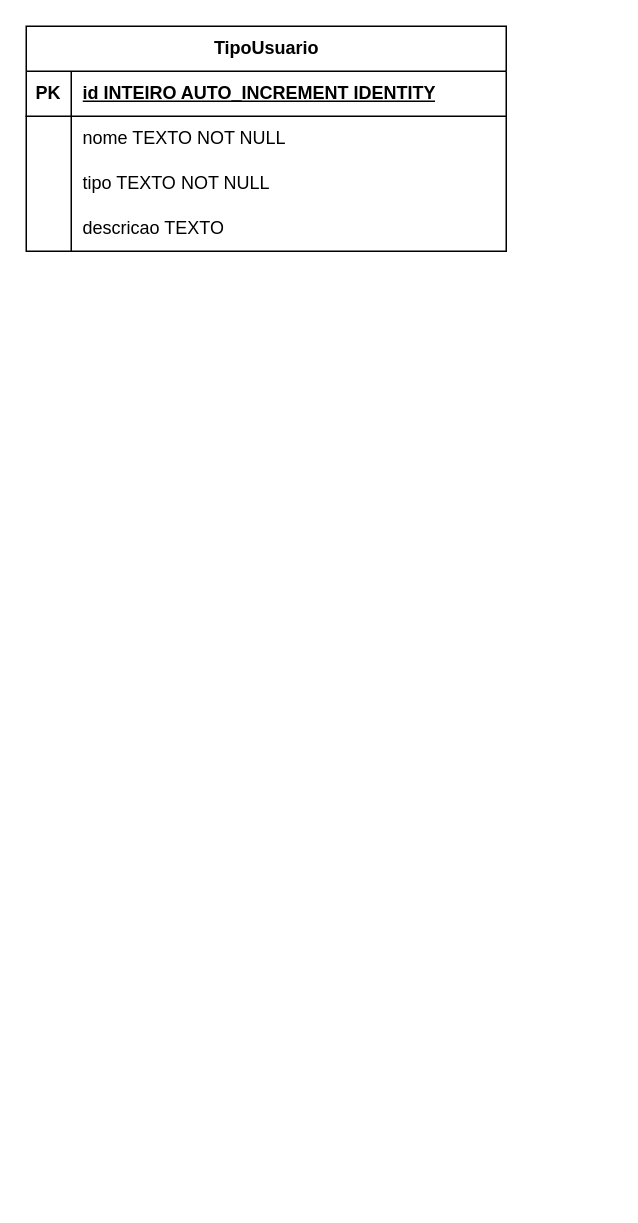
Before: documentacao/ModeloLogicoBD.drawio in Carlos27spec/PATAQUADA, a draw.io diagram. Source tidied: cells renumbered, new cells numbered last; positions are measured from the earlier drawing's top-left corner, leaving out a move shared by most shapes. Both pictures are drawn from the tidied source at 150%, with x=0, y=0 at pixel (26, 26).
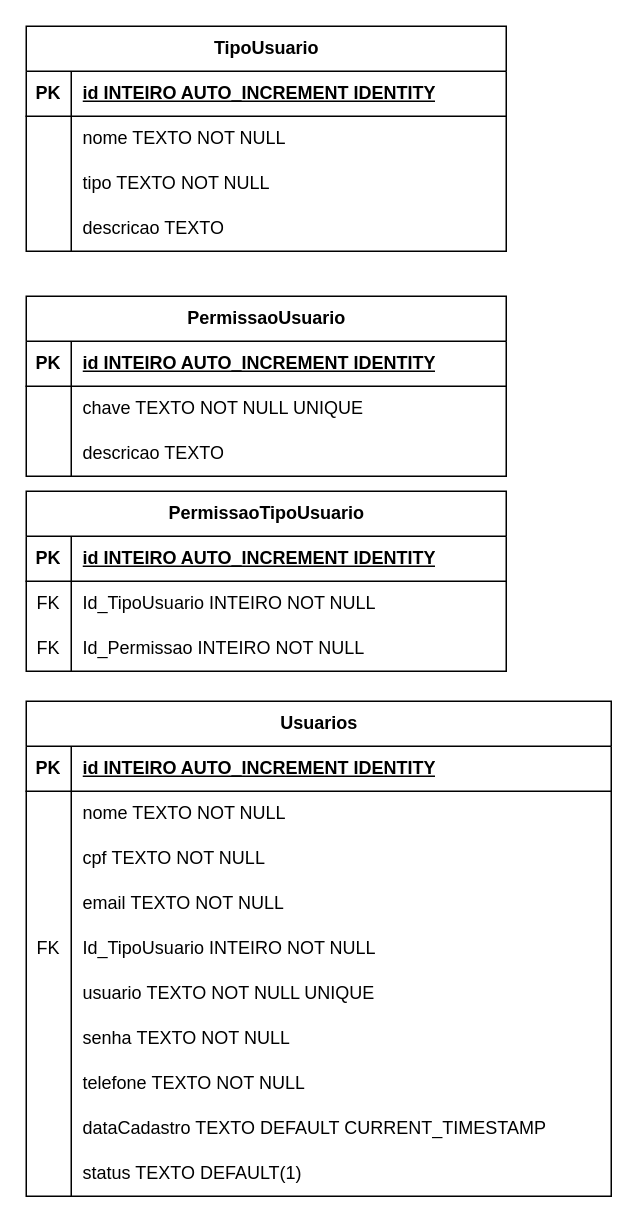
Above is the later version.

Diff of the diagram source:
```diff
@@
+    <mxCell id="15" value="PermissaoUsuario" style="shape=table;startSize=30;childLayout=tableLayout;rowLines=0;fontStyle=1;align=center;html=1;" parent="1" vertex="1">
+      <mxGeometry y="180" width="320" height="120" as="geometry" />
+    </mxCell>
+    <mxCell id="16" style="shape=tableRow;horizontal=0;startSize=0;swimlaneHead=0;swimlaneBody=0;fillColor=none;top=0;left=0;right=0;bottom=1;" parent="15" vertex="1">
+      <mxGeometry y="30" width="320" height="30" as="geometry" />
+    </mxCell>
+    <mxCell id="17" value="PK" style="shape=partialRectangle;fillColor=none;top=0;left=0;bottom=0;right=0;fontStyle=1;overflow=hidden;whiteSpace=wrap;html=1;" parent="16" vertex="1">
+      <mxGeometry width="30" height="30" as="geometry" />
+    </mxCell>
+    <mxCell id="18" value="id INTEIRO AUTO_INCREMENT IDENTITY" style="shape=partialRectangle;fillColor=none;top=0;left=0;bottom=0;right=0;align=left;spacingLeft=6;fontStyle=5;overflow=hidden;whiteSpace=wrap;html=1;" parent="16" vertex="1">
+      <mxGeometry x="30" width="290" height="30" as="geometry" />
+    </mxCell>
+    <mxCell id="19" style="shape=tableRow;horizontal=0;startSize=0;swimlaneHead=0;swimlaneBody=0;fillColor=none;top=0;left=0;right=0;bottom=0;" parent="15" vertex="1">
+      <mxGeometry y="60" width="320" height="30" as="geometry" />
+    </mxCell>
+    <mxCell id="20" style="shape=partialRectangle;fillColor=none;top=0;left=0;bottom=0;right=0;overflow=hidden;whiteSpace=wrap;html=1;" parent="19" vertex="1">
+      <mxGeometry width="30" height="30" as="geometry" />
+    </mxCell>
+    <mxCell id="21" value="chave TEXTO NOT NULL UNIQUE" style="shape=partialRectangle;fillColor=none;top=0;left=0;bottom=0;right=0;align=left;spacingLeft=6;overflow=hidden;whiteSpace=wrap;html=1;" parent="19" vertex="1">
+      <mxGeometry x="30" width="290" height="30" as="geometry" />
+    </mxCell>
+    <mxCell id="22" style="shape=tableRow;horizontal=0;startSize=0;swimlaneHead=0;swimlaneBody=0;fillColor=none;top=0;left=0;right=0;bottom=0;" parent="15" vertex="1">
+      <mxGeometry y="90" width="320" height="30" as="geometry" />
+    </mxCell>
+    <mxCell id="23" style="shape=partialRectangle;fillColor=none;top=0;left=0;bottom=0;right=0;overflow=hidden;whiteSpace=wrap;html=1;" parent="22" vertex="1">
+      <mxGeometry width="30" height="30" as="geometry" />
+    </mxCell>
+    <mxCell id="24" value="descricao TEXTO" style="shape=partialRectangle;fillColor=none;top=0;left=0;bottom=0;right=0;align=left;spacingLeft=6;overflow=hidden;whiteSpace=wrap;html=1;" parent="22" vertex="1">
+      <mxGeometry x="30" width="290" height="30" as="geometry" />
+    </mxCell>
+    <mxCell id="25" value="PermissaoTipoUsuario" style="shape=table;startSize=30;childLayout=tableLayout;rowLines=0;fontStyle=1;align=center;html=1;" parent="1" vertex="1">
+      <mxGeometry y="310" width="320" height="120" as="geometry" />
+    </mxCell>
+    <mxCell id="26" style="shape=tableRow;horizontal=0;startSize=0;swimlaneHead=0;swimlaneBody=0;fillColor=none;top=0;left=0;right=0;bottom=1;" parent="25" vertex="1">
+      <mxGeometry y="30" width="320" height="30" as="geometry" />
+    </mxCell>
+    <mxCell id="27" value="PK" style="shape=partialRectangle;fillColor=none;top=0;left=0;bottom=0;right=0;fontStyle=1;overflow=hidden;whiteSpace=wrap;html=1;" parent="26" vertex="1">
+      <mxGeometry width="30" height="30" as="geometry" />
+    </mxCell>
+    <mxCell id="28" value="id INTEIRO AUTO_INCREMENT IDENTITY" style="shape=partialRectangle;fillColor=none;top=0;left=0;bottom=0;right=0;align=left;spacingLeft=6;fontStyle=5;overflow=hidden;whiteSpace=wrap;html=1;" parent="26" vertex="1">
+      <mxGeometry x="30" width="290" height="30" as="geometry" />
+    </mxCell>
+    <mxCell id="29" style="shape=tableRow;horizontal=0;startSize=0;swimlaneHead=0;swimlaneBody=0;fillColor=none;top=0;left=0;right=0;bottom=0;" parent="25" vertex="1">
+      <mxGeometry y="60" width="320" height="30" as="geometry" />
+    </mxCell>
+    <mxCell id="30" value="FK" style="shape=partialRectangle;fillColor=none;top=0;left=0;bottom=0;right=0;overflow=hidden;whiteSpace=wrap;html=1;" parent="29" vertex="1">
+      <mxGeometry width="30" height="30" as="geometry" />
+    </mxCell>
+    <mxCell id="31" value="Id_TipoUsuario INTEIRO NOT NULL" style="shape=partialRectangle;fillColor=none;top=0;left=0;bottom=0;right=0;align=left;spacingLeft=6;overflow=hidden;whiteSpace=wrap;html=1;" parent="29" vertex="1">
+      <mxGeometry x="30" width="290" height="30" as="geometry" />
+    </mxCell>
+    <mxCell id="32" style="shape=tableRow;horizontal=0;startSize=0;swimlaneHead=0;swimlaneBody=0;fillColor=none;top=0;left=0;right=0;bottom=0;" parent="25" vertex="1">
+      <mxGeometry y="90" width="320" height="30" as="geometry" />
+    </mxCell>
+    <mxCell id="33" value="FK" style="shape=partialRectangle;fillColor=none;top=0;left=0;bottom=0;right=0;overflow=hidden;whiteSpace=wrap;html=1;" parent="32" vertex="1">
+      <mxGeometry width="30" height="30" as="geometry" />
+    </mxCell>
+    <mxCell id="34" value="Id_Permissao INTEIRO NOT NULL" style="shape=partialRectangle;fillColor=none;top=0;left=0;bottom=0;right=0;align=left;spacingLeft=6;overflow=hidden;whiteSpace=wrap;html=1;" parent="32" vertex="1">
+      <mxGeometry x="30" width="290" height="30" as="geometry" />
+    </mxCell>
+    <mxCell id="35" value="Usuarios" style="shape=table;startSize=30;childLayout=tableLayout;rowLines=0;fontStyle=1;align=center;html=1;" parent="1" vertex="1">
+      <mxGeometry y="450" width="390" height="330" as="geometry" />
+    </mxCell>
+    <mxCell id="36" style="shape=tableRow;horizontal=0;startSize=0;swimlaneHead=0;swimlaneBody=0;fillColor=none;top=0;left=0;right=0;bottom=1;" parent="35" vertex="1">
+      <mxGeometry y="30" width="390" height="30" as="geometry" />
+    </mxCell>
+    <mxCell id="37" value="PK" style="shape=partialRectangle;fillColor=none;top=0;left=0;bottom=0;right=0;fontStyle=1;overflow=hidden;whiteSpace=wrap;html=1;" parent="36" vertex="1">
+      <mxGeometry width="30" height="30" as="geometry" />
+    </mxCell>
+    <mxCell id="38" value="id INTEIRO AUTO_INCREMENT IDENTITY" style="shape=partialRectangle;fillColor=none;top=0;left=0;bottom=0;right=0;align=left;spacingLeft=6;fontStyle=5;overflow=hidden;whiteSpace=wrap;html=1;" parent="36" vertex="1">
+      <mxGeometry x="30" width="360" height="30" as="geometry" />
+    </mxCell>
+    <mxCell id="39" style="shape=tableRow;horizontal=0;startSize=0;swimlaneHead=0;swimlaneBody=0;fillColor=none;top=0;left=0;right=0;bottom=0;" parent="35" vertex="1">
+      <mxGeometry y="60" width="390" height="30" as="geometry" />
+    </mxCell>
+    <mxCell id="40" style="shape=partialRectangle;fillColor=none;top=0;left=0;bottom=0;right=0;overflow=hidden;whiteSpace=wrap;html=1;" parent="39" vertex="1">
+      <mxGeometry width="30" height="30" as="geometry" />
+    </mxCell>
+    <mxCell id="41" value="nome TEXTO NOT NULL" style="shape=partialRectangle;fillColor=none;top=0;left=0;bottom=0;right=0;align=left;spacingLeft=6;overflow=hidden;whiteSpace=wrap;html=1;" parent="39" vertex="1">
+      <mxGeometry x="30" width="360" height="30" as="geometry" />
+    </mxCell>
+    <mxCell id="42" style="shape=tableRow;horizontal=0;startSize=0;swimlaneHead=0;swimlaneBody=0;fillColor=none;top=0;left=0;right=0;bottom=0;" parent="35" vertex="1">
+      <mxGeometry y="90" width="390" height="30" as="geometry" />
+    </mxCell>
+    <mxCell id="43" style="shape=partialRectangle;fillColor=none;top=0;left=0;bottom=0;right=0;overflow=hidden;whiteSpace=wrap;html=1;" parent="42" vertex="1">
+      <mxGeometry width="30" height="30" as="geometry" />
+    </mxCell>
+    <mxCell id="44" value="cpf&lt;span style=&quot;background-color: transparent; color: light-dark(rgb(0, 0, 0), rgb(255, 255, 255));&quot;&gt;&amp;nbsp;TEXTO NOT NULL&lt;/span&gt;" style="shape=partialRectangle;fillColor=none;top=0;left=0;bottom=0;right=0;align=left;spacingLeft=6;overflow=hidden;whiteSpace=wrap;html=1;" parent="42" vertex="1">
+      <mxGeometry x="30" width="360" height="30" as="geometry" />
+    </mxCell>
+    <mxCell id="45" style="shape=tableRow;horizontal=0;startSize=0;swimlaneHead=0;swimlaneBody=0;fillColor=none;top=0;left=0;right=0;bottom=0;" parent="35" vertex="1">
+      <mxGeometry y="120" width="390" height="30" as="geometry" />
+    </mxCell>
+    <mxCell id="46" style="shape=partialRectangle;fillColor=none;top=0;left=0;bottom=0;right=0;overflow=hidden;whiteSpace=wrap;html=1;" parent="45" vertex="1">
+      <mxGeometry width="30" height="30" as="geometry" />
+    </mxCell>
+    <mxCell id="47" value="email&lt;span style=&quot;background-color: transparent; color: light-dark(rgb(0, 0, 0), rgb(255, 255, 255));&quot;&gt;&amp;nbsp;TEXTO NOT NULL&lt;/span&gt;" style="shape=partialRectangle;fillColor=none;top=0;left=0;bottom=0;right=0;align=left;spacingLeft=6;overflow=hidden;whiteSpace=wrap;html=1;" parent="45" vertex="1">
+      <mxGeometry x="30" width="360" height="30" as="geometry" />
+    </mxCell>
+    <mxCell id="48" style="shape=tableRow;horizontal=0;startSize=0;swimlaneHead=0;swimlaneBody=0;fillColor=none;top=0;left=0;right=0;bottom=0;" parent="35" vertex="1">
+      <mxGeometry y="150" width="390" height="30" as="geometry" />
+    </mxCell>
+    <mxCell id="49" value="FK" style="shape=partialRectangle;fillColor=none;top=0;left=0;bottom=0;right=0;overflow=hidden;whiteSpace=wrap;html=1;" parent="48" vertex="1">
+      <mxGeometry width="30" height="30" as="geometry" />
+    </mxCell>
+    <mxCell id="50" value="Id_TipoUsuario INTEIRO NOT NULL" style="shape=partialRectangle;fillColor=none;top=0;left=0;bottom=0;right=0;align=left;spacingLeft=6;overflow=hidden;whiteSpace=wrap;html=1;" parent="48" vertex="1">
+      <mxGeometry x="30" width="360" height="30" as="geometry" />
+    </mxCell>
+    <mxCell id="51" style="shape=tableRow;horizontal=0;startSize=0;swimlaneHead=0;swimlaneBody=0;fillColor=none;top=0;left=0;right=0;bottom=0;" parent="35" vertex="1">
+      <mxGeometry y="180" width="390" height="30" as="geometry" />
+    </mxCell>
+    <mxCell id="52" style="shape=partialRectangle;fillColor=none;top=0;left=0;bottom=0;right=0;overflow=hidden;whiteSpace=wrap;html=1;" parent="51" vertex="1">
+      <mxGeometry width="30" height="30" as="geometry" />
+    </mxCell>
+    <mxCell id="53" value="usuario&lt;span style=&quot;background-color: transparent; color: light-dark(rgb(0, 0, 0), rgb(255, 255, 255));&quot;&gt;&amp;nbsp;TEXTO NOT NULL UNIQUE&lt;/span&gt;" style="shape=partialRectangle;fillColor=none;top=0;left=0;bottom=0;right=0;align=left;spacingLeft=6;overflow=hidden;whiteSpace=wrap;html=1;" parent="51" vertex="1">
+      <mxGeometry x="30" width="360" height="30" as="geometry" />
+    </mxCell>
+    <mxCell id="54" style="shape=tableRow;horizontal=0;startSize=0;swimlaneHead=0;swimlaneBody=0;fillColor=none;top=0;left=0;right=0;bottom=0;" parent="35" vertex="1">
+      <mxGeometry y="210" width="390" height="30" as="geometry" />
+    </mxCell>
+    <mxCell id="55" style="shape=partialRectangle;fillColor=none;top=0;left=0;bottom=0;right=0;overflow=hidden;whiteSpace=wrap;html=1;" parent="54" vertex="1">
+      <mxGeometry width="30" height="30" as="geometry" />
+    </mxCell>
+    <mxCell id="56" value="senha&lt;span style=&quot;background-color: transparent; color: light-dark(rgb(0, 0, 0), rgb(255, 255, 255));&quot;&gt;&amp;nbsp;TEXTO NOT NULL&lt;/span&gt;" style="shape=partialRectangle;fillColor=none;top=0;left=0;bottom=0;right=0;align=left;spacingLeft=6;overflow=hidden;whiteSpace=wrap;html=1;" parent="54" vertex="1">
+      <mxGeometry x="30" width="360" height="30" as="geometry" />
+    </mxCell>
+    <mxCell id="57" style="shape=tableRow;horizontal=0;startSize=0;swimlaneHead=0;swimlaneBody=0;fillColor=none;top=0;left=0;right=0;bottom=0;" parent="35" vertex="1">
+      <mxGeometry y="240" width="390" height="30" as="geometry" />
+    </mxCell>
+    <mxCell id="58" style="shape=partialRectangle;fillColor=none;top=0;left=0;bottom=0;right=0;overflow=hidden;whiteSpace=wrap;html=1;" parent="57" vertex="1">
+      <mxGeometry width="30" height="30" as="geometry" />
+    </mxCell>
+    <mxCell id="59" value="telefone&lt;span style=&quot;background-color: transparent; color: light-dark(rgb(0, 0, 0), rgb(255, 255, 255));&quot;&gt;&amp;nbsp;TEXTO NOT NULL&lt;/span&gt;" style="shape=partialRectangle;fillColor=none;top=0;left=0;bottom=0;right=0;align=left;spacingLeft=6;overflow=hidden;whiteSpace=wrap;html=1;" parent="57" vertex="1">
+      <mxGeometry x="30" width="360" height="30" as="geometry" />
+    </mxCell>
+    <mxCell id="60" style="shape=tableRow;horizontal=0;startSize=0;swimlaneHead=0;swimlaneBody=0;fillColor=none;top=0;left=0;right=0;bottom=0;" parent="35" vertex="1">
+      <mxGeometry y="270" width="390" height="30" as="geometry" />
+    </mxCell>
+    <mxCell id="61" style="shape=partialRectangle;fillColor=none;top=0;left=0;bottom=0;right=0;overflow=hidden;whiteSpace=wrap;html=1;" parent="60" vertex="1">
+      <mxGeometry width="30" height="30" as="geometry" />
+    </mxCell>
+    <mxCell id="62" value="&lt;span style=&quot;background-color: transparent; color: light-dark(rgb(0, 0, 0), rgb(255, 255, 255));&quot;&gt;dataCadastro TEXTO DEFAULT CURRENT_TIMESTAMP&lt;/span&gt;" style="shape=partialRectangle;fillColor=none;top=0;left=0;bottom=0;right=0;align=left;spacingLeft=6;overflow=hidden;whiteSpace=wrap;html=1;" parent="60" vertex="1">
+      <mxGeometry x="30" width="360" height="30" as="geometry" />
+    </mxCell>
+    <mxCell id="63" style="shape=tableRow;horizontal=0;startSize=0;swimlaneHead=0;swimlaneBody=0;fillColor=none;top=0;left=0;right=0;bottom=0;" parent="35" vertex="1">
+      <mxGeometry y="300" width="390" height="30" as="geometry" />
+    </mxCell>
+    <mxCell id="64" style="shape=partialRectangle;fillColor=none;top=0;left=0;bottom=0;right=0;overflow=hidden;whiteSpace=wrap;html=1;" parent="63" vertex="1">
+      <mxGeometry width="30" height="30" as="geometry" />
+    </mxCell>
+    <mxCell id="65" value="&lt;span style=&quot;background-color: transparent; color: light-dark(rgb(0, 0, 0), rgb(255, 255, 255));&quot;&gt;status TEXTO DEFAULT(1)&lt;/span&gt;" style="shape=partialRectangle;fillColor=none;top=0;left=0;bottom=0;right=0;align=left;spacingLeft=6;overflow=hidden;whiteSpace=wrap;html=1;" parent="63" vertex="1">
+      <mxGeometry x="30" width="360" height="30" as="geometry" />
+    </mxCell>
```
